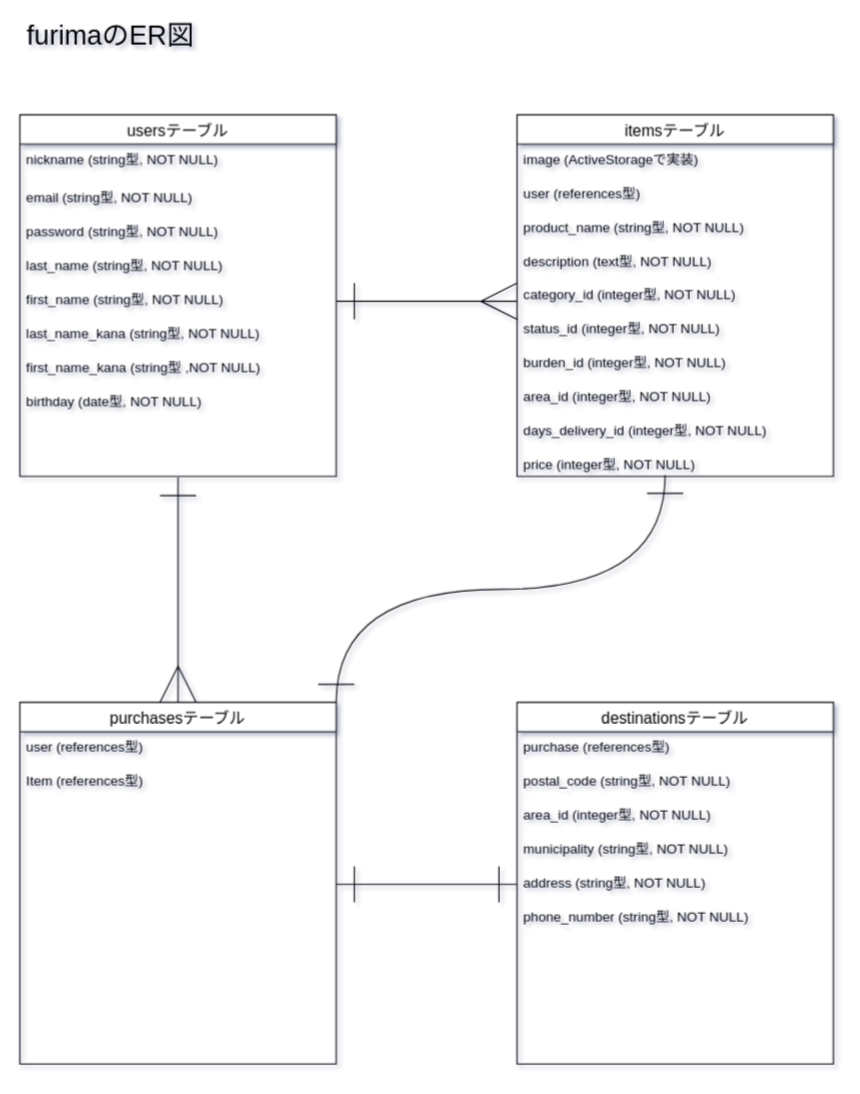
This is furima.dio from ryo5515/furima-35521, a draw.io file, before an edit. Source tidied: cells renumbered, new cells numbered last; positions are measured from the earlier drawing's top-left corner, leaving out a move shared by most shapes. Both pictures are drawn from the tidied source at 113%, with x=0, y=0 at pixel (19, 24).
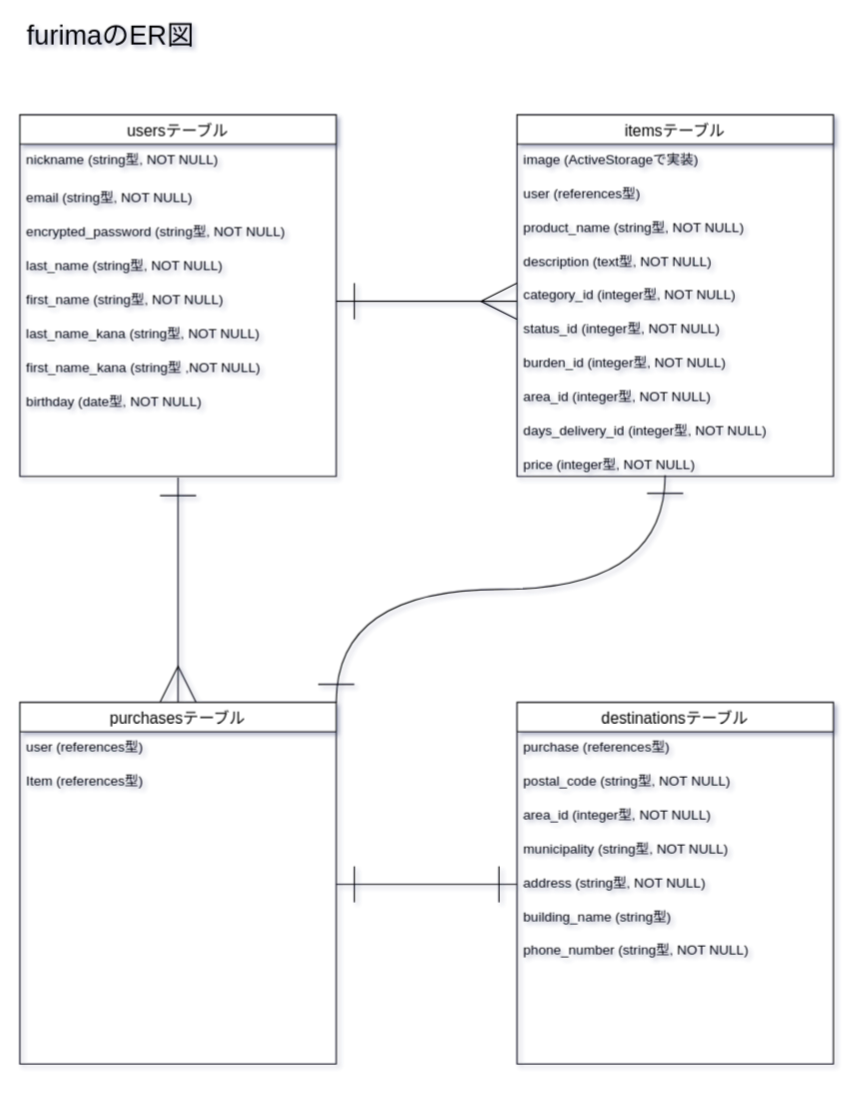
Above is the later version.

The change refers to these unchanged cells:
```xml
<mxCell id="2" value="usersテーブル" style="swimlane;fontStyle=0;horizontal=1;startSize=26;align=center;fontSize=14;" parent="1" vertex="1">
  <mxGeometry y="80" width="280" height="320" as="geometry" />
</mxCell>
<mxCell id="28" value="destinationsテーブル" style="swimlane;fontStyle=0;horizontal=1;startSize=26;align=center;fontSize=14;" parent="1" vertex="1">
  <mxGeometry x="440" y="600" width="280" height="320" as="geometry" />
</mxCell>
```

The edit, as a diff of the source:
```diff
@@
-    <mxCell id="5" value="password (string型, NOT NULL)" style="text;strokeColor=none;fillColor=none;spacingLeft=4;spacingRight=4;overflow=hidden;fontSize=12;" parent="2" vertex="1">
+    <mxCell id="5" value="encrypted_password (string型, NOT NULL)" style="text;strokeColor=none;fillColor=none;spacingLeft=4;spacingRight=4;overflow=hidden;fontSize=12;" parent="2" vertex="1">
       <mxGeometry y="90" width="280" height="30" as="geometry" />
     </mxCell>
@@
+    <mxCell id="38" value="building_name (string型)" style="text;strokeColor=none;fillColor=none;spacingLeft=4;spacingRight=4;overflow=hidden;fontSize=12;" parent="28" vertex="1">
+      <mxGeometry y="176" width="280" height="30" as="geometry" />
+    </mxCell>
     <mxCell id="34" value="phone_number (string型, NOT NULL)" style="text;strokeColor=none;fillColor=none;spacingLeft=4;spacingRight=4;overflow=hidden;fontSize=12;" parent="28" vertex="1">
-      <mxGeometry y="176" width="280" height="144" as="geometry" />
+      <mxGeometry y="206" width="280" height="114" as="geometry" />
     </mxCell>
```
